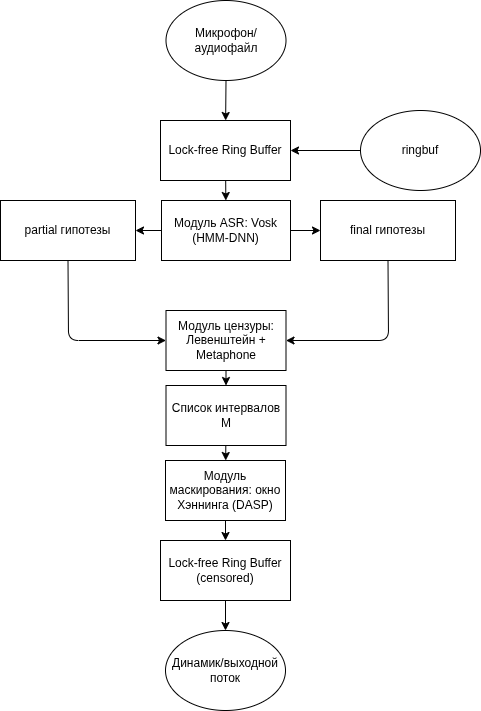
The draw.io diagram doc/png/pipeline.png in IKycTI/audio-censor, before a commit. Source tidied: cells renumbered, new cells last; positions are measured from the earlier drawing's top-left corner, leaving out a move shared by most shapes.
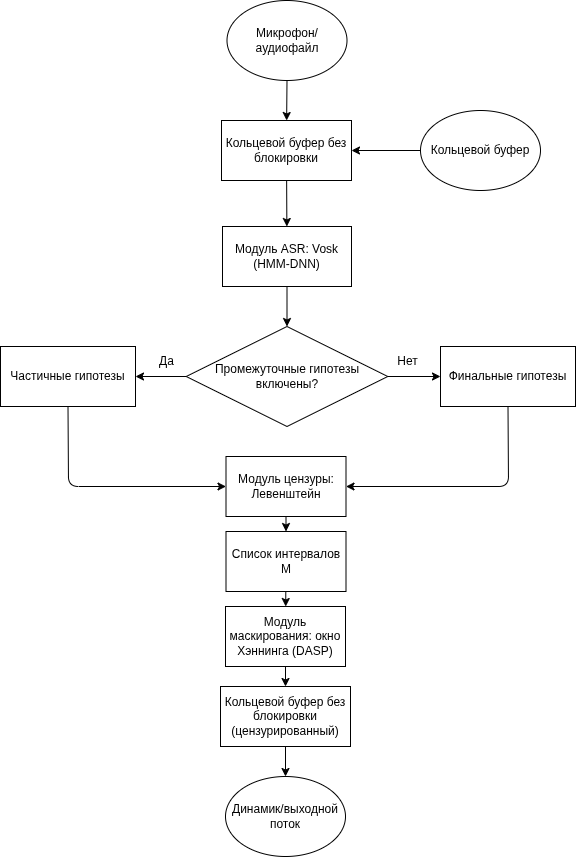
Above is the later version.

Commit message:
Перевод диаграммы на русский. Добавление условия в диграмму

Diff of the diagram source:
```diff
@@ -2,79 +2,94 @@
   <root>
     <mxCell id="0" />
     <mxCell id="1" parent="0" />
+    <mxCell id="24" style="edgeStyle=none;html=1;" parent="1" edge="1" source="3" target="5">
+      <mxGeometry relative="1" as="geometry" />
+    </mxCell>
+    <mxCell id="3" value="Микрофон/аудиофайл" style="ellipse;whiteSpace=wrap;html=1;" parent="1" vertex="1">
+      <mxGeometry x="166.5" y="-146" width="120" height="80" as="geometry" />
+    </mxCell>
+    <mxCell id="25" style="edgeStyle=none;html=1;" parent="1" edge="1" source="5" target="12">
+      <mxGeometry relative="1" as="geometry" />
+    </mxCell>
+    <mxCell id="5" value="Кольцевой буфер без блокировки" style="rounded=0;whiteSpace=wrap;html=1;" parent="1" vertex="1">
+      <mxGeometry x="161" y="-26" width="130" height="60" as="geometry" />
+    </mxCell>
-    <mxCell id="2" style="edgeStyle=none;html=1;" parent="1" edge="1" source="3" target="5">
-      <mxGeometry relative="1" as="geometry" />
+    <mxCell id="2" style="edgeStyle=none;html=1;" parent="1" edge="1" target="5">
+      <mxGeometry relative="1" as="geometry">
+        <mxPoint x="361" y="4" as="sourcePoint" />
+      </mxGeometry>
     </mxCell>
-    <mxCell id="3" value="Микрофон/аудиофайл" style="ellipse;whiteSpace=wrap;html=1;" parent="1" vertex="1">
-      <mxGeometry x="165.5" width="120" height="80" as="geometry" />
-    </mxCell>
+    <mxCell id="7" value="Кольцевой буфер" style="ellipse;whiteSpace=wrap;html=1;" parent="1" vertex="1">
+      <mxGeometry x="360" y="-36" width="120" height="80" as="geometry" />
+    </mxCell>
+    <mxCell id="22" style="edgeStyle=none;html=1;" parent="1" edge="1" source="12" target="29">
+      <mxGeometry relative="1" as="geometry" />
+    </mxCell>
+    <mxCell id="12" value="Модуль ASR: Vosk (HMM-DNN)" style="rounded=0;whiteSpace=wrap;html=1;" parent="1" vertex="1">
+      <mxGeometry x="162" y="80" width="129" height="60" as="geometry" />
+    </mxCell>
-    <mxCell id="4" style="edgeStyle=none;html=1;" parent="1" edge="1" source="5" target="10">
-      <mxGeometry relative="1" as="geometry" />
+    <mxCell id="4" style="edgeStyle=none;html=1;entryX=0;entryY=0.5;entryDx=0;entryDy=0;exitX=0.5;exitY=1;exitDx=0;exitDy=0;" parent="1" edge="1" source="14" target="13">
+      <mxGeometry relative="1" as="geometry">
+        <Array as="points">
+          <mxPoint x="8" y="340" />
+        </Array>
+      </mxGeometry>
     </mxCell>
-    <mxCell id="5" value="Lock-free Ring Buffer" style="rounded=0;whiteSpace=wrap;html=1;" parent="1" vertex="1">
-      <mxGeometry x="160" y="120" width="130" height="60" as="geometry" />
-    </mxCell>
-    <mxCell id="6" style="edgeStyle=none;html=1;" parent="1" edge="1" source="7" target="5">
-      <mxGeometry relative="1" as="geometry" />
-    </mxCell>
-    <mxCell id="7" value="ringbuf" style="ellipse;whiteSpace=wrap;html=1;" parent="1" vertex="1">
-      <mxGeometry x="360" y="110" width="120" height="80" as="geometry" />
-    </mxCell>
+    <mxCell id="14" value="Частичные гипотезы" style="rounded=0;whiteSpace=wrap;html=1;" parent="1" vertex="1">
+      <mxGeometry x="-60" y="200" width="135" height="60" as="geometry" />
+    </mxCell>
-    <mxCell id="8" style="edgeStyle=none;html=1;" parent="1" edge="1" source="10" target="12">
-      <mxGeometry relative="1" as="geometry" />
+    <mxCell id="8" style="edgeStyle=none;html=1;entryX=1;entryY=0.5;entryDx=0;entryDy=0;exitX=0.5;exitY=1;exitDx=0;exitDy=0;" parent="1" edge="1" source="9">
+      <mxGeometry relative="1" as="geometry">
+        <mxPoint x="285.5" y="340" as="targetPoint" />
+        <Array as="points">
+          <mxPoint x="448" y="340" />
+        </Array>
+      </mxGeometry>
     </mxCell>
-    <mxCell id="9" style="edgeStyle=none;html=1;" parent="1" edge="1" source="10" target="14">
-      <mxGeometry relative="1" as="geometry" />
+    <mxCell id="9" value="Финальные гипотезы" style="rounded=0;whiteSpace=wrap;html=1;" parent="1" vertex="1">
+      <mxGeometry x="380" y="200" width="135" height="60" as="geometry" />
     </mxCell>
-    <mxCell id="10" value="Модуль ASR: Vosk (HMM-DNN)" style="rounded=0;whiteSpace=wrap;html=1;" parent="1" vertex="1">
-      <mxGeometry x="161" y="200" width="129" height="60" as="geometry" />
-    </mxCell>
+    <mxCell id="26" style="edgeStyle=none;html=1;" parent="1" edge="1" source="13" target="11">
+      <mxGeometry relative="1" as="geometry" />
+    </mxCell>
+    <mxCell id="13" value="Модуль цензуры: Левенштейн" style="whiteSpace=wrap;html=1;rounded=0;" parent="1" vertex="1">
+      <mxGeometry x="165.5" y="310" width="120" height="60" as="geometry" />
+    </mxCell>
+    <mxCell id="16" style="edgeStyle=none;html=1;" parent="1" edge="1" source="11" target="15">
+      <mxGeometry relative="1" as="geometry" />
+    </mxCell>
-    <mxCell id="11" style="edgeStyle=none;html=1;entryX=0;entryY=0.5;entryDx=0;entryDy=0;exitX=0.5;exitY=1;exitDx=0;exitDy=0;" parent="1" edge="1" source="12" target="16">
-      <mxGeometry relative="1" as="geometry">
-        <Array as="points">
-          <mxPoint x="68" y="340" />
-        </Array>
-      </mxGeometry>
+    <mxCell id="11" value="Список интервалов M" style="whiteSpace=wrap;html=1;rounded=0;" parent="1" vertex="1">
+      <mxGeometry x="165.5" y="385" width="120" height="60" as="geometry" />
     </mxCell>
-    <mxCell id="12" value="partial гипотезы" style="rounded=0;whiteSpace=wrap;html=1;" parent="1" vertex="1">
-      <mxGeometry y="200" width="135" height="60" as="geometry" />
-    </mxCell>
-    <mxCell id="13" style="edgeStyle=none;html=1;entryX=1;entryY=0.5;entryDx=0;entryDy=0;exitX=0.5;exitY=1;exitDx=0;exitDy=0;" parent="1" edge="1" source="14" target="16">
-      <mxGeometry relative="1" as="geometry">
-        <Array as="points">
-          <mxPoint x="388" y="340" />
-        </Array>
-      </mxGeometry>
-    </mxCell>
-    <mxCell id="14" value="final гипотезы" style="rounded=0;whiteSpace=wrap;html=1;" parent="1" vertex="1">
-      <mxGeometry x="320" y="200" width="135" height="60" as="geometry" />
-    </mxCell>
+    <mxCell id="18" style="edgeStyle=none;html=1;" parent="1" edge="1" source="15" target="20">
+      <mxGeometry relative="1" as="geometry" />
+    </mxCell>
-    <mxCell id="15" style="edgeStyle=none;html=1;" parent="1" edge="1" source="16" target="18">
-      <mxGeometry relative="1" as="geometry" />
+    <mxCell id="15" value="Модуль маскирования: окно Хэннинга (DASP)" style="whiteSpace=wrap;html=1;rounded=0;" parent="1" vertex="1">
+      <mxGeometry x="165" y="460" width="120" height="60" as="geometry" />
     </mxCell>
-    <mxCell id="16" value="Модуль цензуры: Левенштейн + Metaphone" style="whiteSpace=wrap;html=1;rounded=0;" parent="1" vertex="1">
-      <mxGeometry x="165.5" y="310" width="120" height="60" as="geometry" />
-    </mxCell>
+    <mxCell id="27" style="edgeStyle=none;html=1;" parent="1" edge="1" source="20" target="17">
+      <mxGeometry relative="1" as="geometry" />
+    </mxCell>
+    <mxCell id="20" value="Кольцевой буфер без блокировки&lt;br&gt;(цензурированный)" style="rounded=0;whiteSpace=wrap;html=1;" parent="1" vertex="1">
+      <mxGeometry x="160" y="540" width="130" height="60" as="geometry" />
+    </mxCell>
-    <mxCell id="17" style="edgeStyle=none;html=1;" parent="1" edge="1" source="18" target="20">
-      <mxGeometry relative="1" as="geometry" />
+    <mxCell id="17" value="Динамик/выходной поток" style="ellipse;whiteSpace=wrap;html=1;" parent="1" vertex="1">
+      <mxGeometry x="165" y="630" width="120" height="80" as="geometry" />
     </mxCell>
-    <mxCell id="18" value="Список интервалов M" style="whiteSpace=wrap;html=1;rounded=0;" parent="1" vertex="1">
-      <mxGeometry x="165.5" y="385" width="120" height="60" as="geometry" />
-    </mxCell>
-    <mxCell id="19" style="edgeStyle=none;html=1;" parent="1" edge="1" source="20" target="22">
+    <mxCell id="19" style="edgeStyle=none;html=1;" parent="1" edge="1" source="29" target="14">
       <mxGeometry relative="1" as="geometry" />
     </mxCell>
-    <mxCell id="20" value="Модуль маскирования: окно Хэннинга (DASP)" style="whiteSpace=wrap;html=1;rounded=0;" parent="1" vertex="1">
-      <mxGeometry x="165" y="460" width="120" height="60" as="geometry" />
-    </mxCell>
-    <mxCell id="21" style="edgeStyle=none;html=1;" parent="1" edge="1" source="22" target="23">
-      <mxGeometry relative="1" as="geometry" />
-    </mxCell>
-    <mxCell id="22" value="Lock-free Ring Buffer&lt;br&gt;(censored)" style="rounded=0;whiteSpace=wrap;html=1;" parent="1" vertex="1">
-      <mxGeometry x="160" y="540" width="130" height="60" as="geometry" />
-    </mxCell>
+    <mxCell id="28" style="edgeStyle=none;html=1;" parent="1" edge="1" source="29" target="9">
+      <mxGeometry relative="1" as="geometry" />
+    </mxCell>
+    <mxCell id="29" value="Промежуточные гипотезы включены?" style="rhombus;whiteSpace=wrap;html=1;rounded=0;" parent="1" vertex="1">
+      <mxGeometry x="125.8" y="180" width="201.5" height="100" as="geometry" />
+    </mxCell>
+    <mxCell id="30" value="Да" style="text;html=1;align=center;verticalAlign=middle;strokeColor=none;fillColor=none;" parent="1" vertex="1">
+      <mxGeometry x="85.8" y="200" width="40" height="30" as="geometry" />
+    </mxCell>
-    <mxCell id="23" value="Динамик/выходной поток" style="ellipse;whiteSpace=wrap;html=1;" parent="1" vertex="1">
-      <mxGeometry x="165" y="630" width="120" height="80" as="geometry" />
+    <mxCell id="23" value="Нет" style="text;html=1;align=center;verticalAlign=middle;points=[];strokeColor=none;fillColor=none;" parent="1" vertex="1">
+      <mxGeometry x="327.2" y="200" width="40" height="30" as="geometry" />
     </mxCell>
   </root>
 </mxGraphModel>
```
